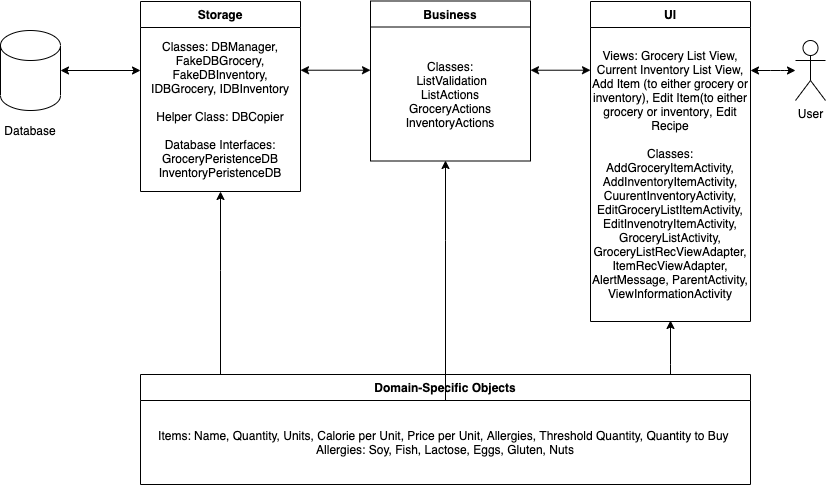
This is architecture.png from ShahzaibParacha/SmartKitchen, a draw.io export, as it was before one commit. Source tidied: cells renumbered, new cells last; positions are measured from the earlier drawing's top-left corner, leaving out a move shared by most shapes.
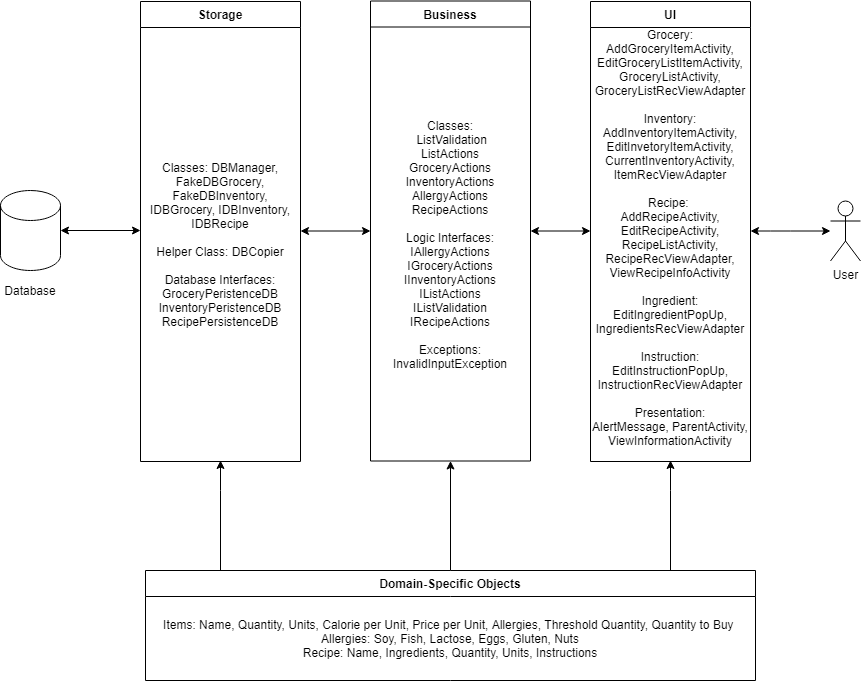
The same file after the commit.

Change to the diagram source:
```diff
@@ -3,91 +3,86 @@
     <mxCell id="0" />
     <mxCell id="1" parent="0" />
     <mxCell id="2" value="Business" style="swimlane;fontStyle=1;align=center;verticalAlign=top;horizontal=1;startSize=26;rounded=0;shadow=0;strokeWidth=1;" parent="1" vertex="1">
-      <mxGeometry x="370" y="0.5" width="160" height="160" as="geometry" />
+      <mxGeometry x="370" y="0.5" width="160" height="460" as="geometry" />
     </mxCell>
-    <mxCell id="3" value="Classes:&lt;br&gt;&amp;nbsp;ListValidation&lt;br&gt;ListActions&lt;br&gt;GroceryActions&lt;br&gt;InventoryActions" style="text;html=1;strokeColor=none;fillColor=none;align=center;verticalAlign=middle;whiteSpace=wrap;rounded=0;" parent="2" vertex="1">
-      <mxGeometry y="26" width="160" height="134" as="geometry" />
+    <mxCell id="3" value="Classes:&lt;br&gt;&amp;nbsp;ListValidation&lt;br&gt;ListActions&lt;br&gt;GroceryActions&lt;br&gt;InventoryActions&lt;br&gt;AllergyActions&lt;br&gt;RecipeActions&lt;br&gt;&lt;br&gt;Logic Interfaces:&lt;br&gt;IAllergyActions&lt;br&gt;IGroceryActions&lt;br&gt;IInventoryActions&lt;br&gt;IListActions&lt;br&gt;IListValidation&lt;br&gt;IRecipeActions&lt;br&gt;&lt;br&gt;Exceptions:&lt;br&gt;InvalidInputException" style="text;html=1;strokeColor=none;fillColor=none;align=center;verticalAlign=middle;whiteSpace=wrap;rounded=0;" parent="2" vertex="1">
+      <mxGeometry y="26" width="160" height="434" as="geometry" />
     </mxCell>
     <mxCell id="4" value="Storage" style="swimlane;fontStyle=1;align=center;verticalAlign=top;horizontal=1;startSize=26;rounded=0;shadow=0;strokeWidth=1;" parent="1" vertex="1">
-      <mxGeometry x="140" y="1" width="160" height="190" as="geometry" />
+      <mxGeometry x="140" y="1" width="160" height="460" as="geometry" />
     </mxCell>
-    <mxCell id="5" value="Classes: DBManager, FakeDBGrocery, FakeDBInventory, IDBGrocery, IDBInventory&lt;br&gt;&lt;br&gt;Helper Class: DBCopier&lt;br&gt;&lt;br&gt;Database Interfaces:&lt;br&gt;GroceryPeristenceDB&lt;br&gt;InventoryPeristenceDB" style="text;html=1;strokeColor=none;fillColor=none;align=center;verticalAlign=middle;whiteSpace=wrap;rounded=0;" parent="4" vertex="1">
-      <mxGeometry y="26" width="160" height="164" as="geometry" />
+    <mxCell id="5" value="Classes: DBManager, FakeDBGrocery, FakeDBInventory, IDBGrocery, IDBInventory, IDBRecipe&lt;br&gt;&lt;br&gt;Helper Class: DBCopier&lt;br&gt;&lt;br&gt;Database Interfaces:&lt;br&gt;GroceryPeristenceDB&lt;br&gt;InventoryPeristenceDB&lt;br&gt;RecipePersistenceDB" style="text;html=1;strokeColor=none;fillColor=none;align=center;verticalAlign=middle;whiteSpace=wrap;rounded=0;" parent="4" vertex="1">
+      <mxGeometry y="26" width="160" height="434" as="geometry" />
     </mxCell>
     <mxCell id="6" value="UI" style="swimlane;fontStyle=1;align=center;verticalAlign=top;horizontal=1;startSize=26;rounded=0;shadow=0;strokeWidth=1;" parent="1" vertex="1">
-      <mxGeometry x="590" y="1" width="160" height="320" as="geometry" />
+      <mxGeometry x="590" y="1" width="160" height="460" as="geometry" />
     </mxCell>
-    <mxCell id="7" value="&lt;span&gt;Views: Grocery List View, Current Inventory List View, Add Item (to either grocery or inventory), Edit Item&lt;/span&gt;(to either grocery or inventory&lt;span&gt;, Edit Recipe&lt;br&gt;&lt;br&gt;Classes: AddGroceryItemActivity, AddInventoryItemActivity, CuurentInventoryActivity, EditGroceryListItemActivity, EditInvenotryItemActivity, GroceryListActivity, GroceryListRecViewAdapter, ItemRecViewAdapter, AlertMessage, ParentActivity, ViewInformationActivity&lt;/span&gt;&lt;span&gt;&lt;br&gt;&lt;/span&gt;" style="text;html=1;strokeColor=none;fillColor=none;align=center;verticalAlign=middle;whiteSpace=wrap;rounded=0;" parent="6" vertex="1">
-      <mxGeometry y="26" width="160" height="294" as="geometry" />
+    <mxCell id="7" value="&lt;span&gt;Grocery: AddGroceryItemActivity, EditGroceryListItemActivity, GroceryListActivity, GroceryListRecViewAdapter&lt;br&gt;&lt;br&gt;Inventory:&lt;br&gt;&lt;/span&gt;AddInventoryItemActivity, EditInvetoryItemActivity, CurrentInventoryActivity, ItemRecViewAdapter&lt;br&gt;&lt;span&gt;&lt;br&gt;Recipe:&amp;nbsp;&lt;br&gt;&lt;/span&gt;AddRecipeActivity, EditRecipeActivity, RecipeListActivity, RecipeRecViewAdapter,&lt;br&gt;&lt;span&gt;ViewRecipeInfoActivity&lt;br&gt;&lt;br&gt;Ingredient:&lt;br&gt;EditIngredientPopUp, IngredientsRecViewAdapter&lt;br&gt;&lt;br&gt;Instruction:&lt;br&gt;&lt;/span&gt;EditInstructionPopUp, InstructionRecViewAdapter&lt;br&gt;&lt;br&gt;Presentation:&lt;br&gt;AlertMessage, ParentActivity, ViewInformationActivity&lt;br&gt;&lt;span&gt;&lt;br&gt;&lt;/span&gt;" style="text;html=1;strokeColor=none;fillColor=none;align=center;verticalAlign=middle;whiteSpace=wrap;rounded=0;" parent="6" vertex="1">
+      <mxGeometry y="26" width="160" height="434" as="geometry" />
     </mxCell>
     <mxCell id="8" style="shape=cylinder3;whiteSpace=wrap;html=1;boundedLbl=1;backgroundOutline=1;size=15;" parent="1" vertex="1">
-      <mxGeometry y="30" width="60" height="80" as="geometry" />
+      <mxGeometry y="190" width="60" height="80" as="geometry" />
     </mxCell>
     <mxCell id="9" style="endArrow=classic;startArrow=classic;html=1;exitX=1;exitY=0.5;exitDx=0;exitDy=0;exitPerimeter=0;" parent="1" edge="1" source="8">
       <mxGeometry relative="1" as="geometry">
-        <mxPoint x="140" y="70" as="targetPoint" />
+        <mxPoint x="140" y="230" as="targetPoint" />
       </mxGeometry>
     </mxCell>
     <mxCell id="10" style="endArrow=classic;startArrow=classic;html=1;entryX=1;entryY=0.5;entryDx=0;entryDy=0;exitX=0;exitY=0.5;exitDx=0;exitDy=0;" parent="1" edge="1">
       <mxGeometry relative="1" as="geometry">
-        <mxPoint x="370" y="69.7" as="sourcePoint" />
-        <mxPoint x="300" y="69.7" as="targetPoint" />
+        <mxPoint x="370" y="230.5" as="sourcePoint" />
+        <mxPoint x="300" y="230.5" as="targetPoint" />
       </mxGeometry>
     </mxCell>
     <mxCell id="11" style="endArrow=classic;startArrow=classic;html=1;" parent="1" edge="1">
       <mxGeometry relative="1" as="geometry">
-        <mxPoint x="530" y="69.7" as="sourcePoint" />
-        <mxPoint x="590" y="69.7" as="targetPoint" />
+        <mxPoint x="530" y="230.5" as="sourcePoint" />
+        <mxPoint x="590" y="230.5" as="targetPoint" />
       </mxGeometry>
     </mxCell>
     <mxCell id="12" style="endArrow=classic;startArrow=classic;html=1;" parent="1" edge="1" target="13">
       <mxGeometry relative="1" as="geometry">
-        <mxPoint x="750" y="70" as="sourcePoint" />
+        <mxPoint x="750" y="230.5" as="sourcePoint" />
         <Array as="points">
-          <mxPoint x="780" y="70" />
+          <mxPoint x="780" y="230.5" />
         </Array>
       </mxGeometry>
     </mxCell>
     <mxCell id="13" value="User" style="shape=umlActor;verticalLabelPosition=bottom;verticalAlign=top;html=1;" parent="1" vertex="1">
-      <mxGeometry x="795" y="40" width="30" height="60" as="geometry" />
+      <mxGeometry x="830" y="200.5" width="30" height="60" as="geometry" />
     </mxCell>
     <mxCell id="14" value="Database" style="text;html=1;strokeColor=none;fillColor=none;align=center;verticalAlign=middle;whiteSpace=wrap;rounded=0;" parent="1" vertex="1">
-      <mxGeometry x="10" y="120" width="40" height="20" as="geometry" />
+      <mxGeometry x="10" y="280" width="40" height="20" as="geometry" />
     </mxCell>
-    <mxCell id="15" style="edgeStyle=orthogonalEdgeStyle;rounded=0;jettySize=auto;html=1;entryX=0.5;entryY=1;entryDx=0;entryDy=0;" parent="1" edge="1" source="17" target="5">
+    <mxCell id="15" style="edgeStyle=orthogonalEdgeStyle;rounded=0;jettySize=auto;html=1;" parent="1" edge="1" source="17">
       <mxGeometry relative="1" as="geometry">
+        <mxPoint x="220" y="460" as="targetPoint" />
         <Array as="points">
-          <mxPoint x="220" y="270" />
-          <mxPoint x="220" y="270" />
+          <mxPoint x="220" y="490" />
+          <mxPoint x="220" y="490" />
         </Array>
       </mxGeometry>
     </mxCell>
     <mxCell id="16" style="edgeStyle=orthogonalEdgeStyle;rounded=0;jettySize=auto;html=1;" parent="1" edge="1" source="17">
       <mxGeometry relative="1" as="geometry">
-        <mxPoint x="670" y="320" as="targetPoint" />
+        <mxPoint x="670" y="460" as="targetPoint" />
         <Array as="points">
-          <mxPoint x="670" y="364" />
-          <mxPoint x="670" y="364" />
+          <mxPoint x="670" y="490" />
+          <mxPoint x="670" y="490" />
         </Array>
       </mxGeometry>
     </mxCell>
     <mxCell id="17" value="Domain-Specific Objects" style="swimlane;fontStyle=1;align=center;verticalAlign=top;horizontal=1;startSize=26;rounded=0;shadow=0;strokeWidth=1;" parent="1" vertex="1">
-      <mxGeometry x="140" y="374" width="610" height="110" as="geometry" />
+      <mxGeometry x="145" y="570" width="610" height="110" as="geometry" />
     </mxCell>
     <mxCell id="18" style="edgeStyle=orthogonalEdgeStyle;rounded=0;orthogonalLoop=1;jettySize=auto;html=1;exitX=0.5;exitY=1;exitDx=0;exitDy=0;" parent="17" edge="1" source="19" target="19">
       <mxGeometry relative="1" as="geometry" />
     </mxCell>
-    <mxCell id="19" value="Items: Name, Quantity, Units, Calorie per Unit, Price per Unit, Allergies, Threshold Quantity, Quantity to Buy&amp;nbsp;&lt;br&gt;Allergies: Soy, Fish, Lactose, Eggs, Gluten, Nuts" style="text;html=1;strokeColor=none;fillColor=none;align=center;verticalAlign=middle;whiteSpace=wrap;rounded=0;" parent="17" vertex="1">
+    <mxCell id="19" value="Items: Name, Quantity, Units, Calorie per Unit, Price per Unit, Allergies, Threshold Quantity, Quantity to Buy&amp;nbsp;&lt;br&gt;Allergies: Soy, Fish, Lactose, Eggs, Gluten, Nuts&lt;br&gt;Recipe: Name, Ingredients, Quantity, Units, Instructions&lt;br&gt;" style="text;html=1;strokeColor=none;fillColor=none;align=center;verticalAlign=middle;whiteSpace=wrap;rounded=0;" parent="17" vertex="1">
       <mxGeometry y="26" width="610" height="84" as="geometry" />
     </mxCell>
-    <mxCell id="20" style="edgeStyle=orthogonalEdgeStyle;rounded=0;jettySize=auto;html=1;" parent="1" edge="1" source="19">
-      <mxGeometry relative="1" as="geometry">
-        <mxPoint x="445" y="160" as="targetPoint" />
-        <Array as="points">
-          <mxPoint x="445" y="240" />
-          <mxPoint x="445" y="240" />
-        </Array>
-      </mxGeometry>
+    <mxCell id="20" style="edgeStyle=orthogonalEdgeStyle;rounded=0;jettySize=auto;html=1;exitX=0.5;exitY=0;exitDx=0;exitDy=0;entryX=0.5;entryY=1;entryDx=0;entryDy=0;" parent="1" edge="1" source="17" target="3">
+      <mxGeometry relative="1" as="geometry" />
     </mxCell>
   </root>
 </mxGraphModel>
```
